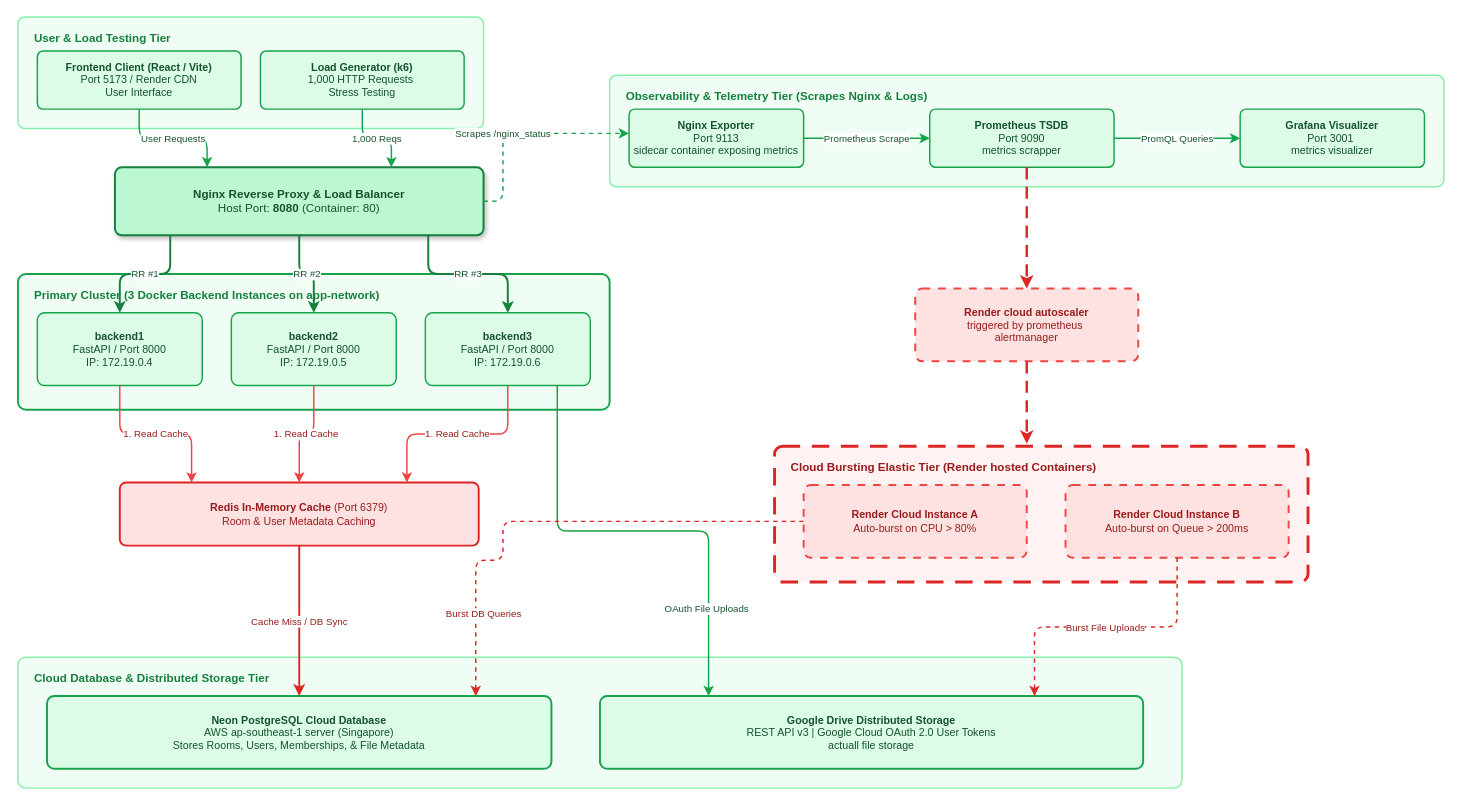
Earlier version of the draw.io diagram docs/architecture.drawio (mukesh-5059/Cloud-Storage-Aggregator). Source tidied: cells renumbered, new cells numbered last; positions are measured from the earlier drawing's top-left corner, leaving out a move shared by most shapes. Both pictures are drawn from the tidied source at 97%, with x=0, y=0 at pixel (17, 16).
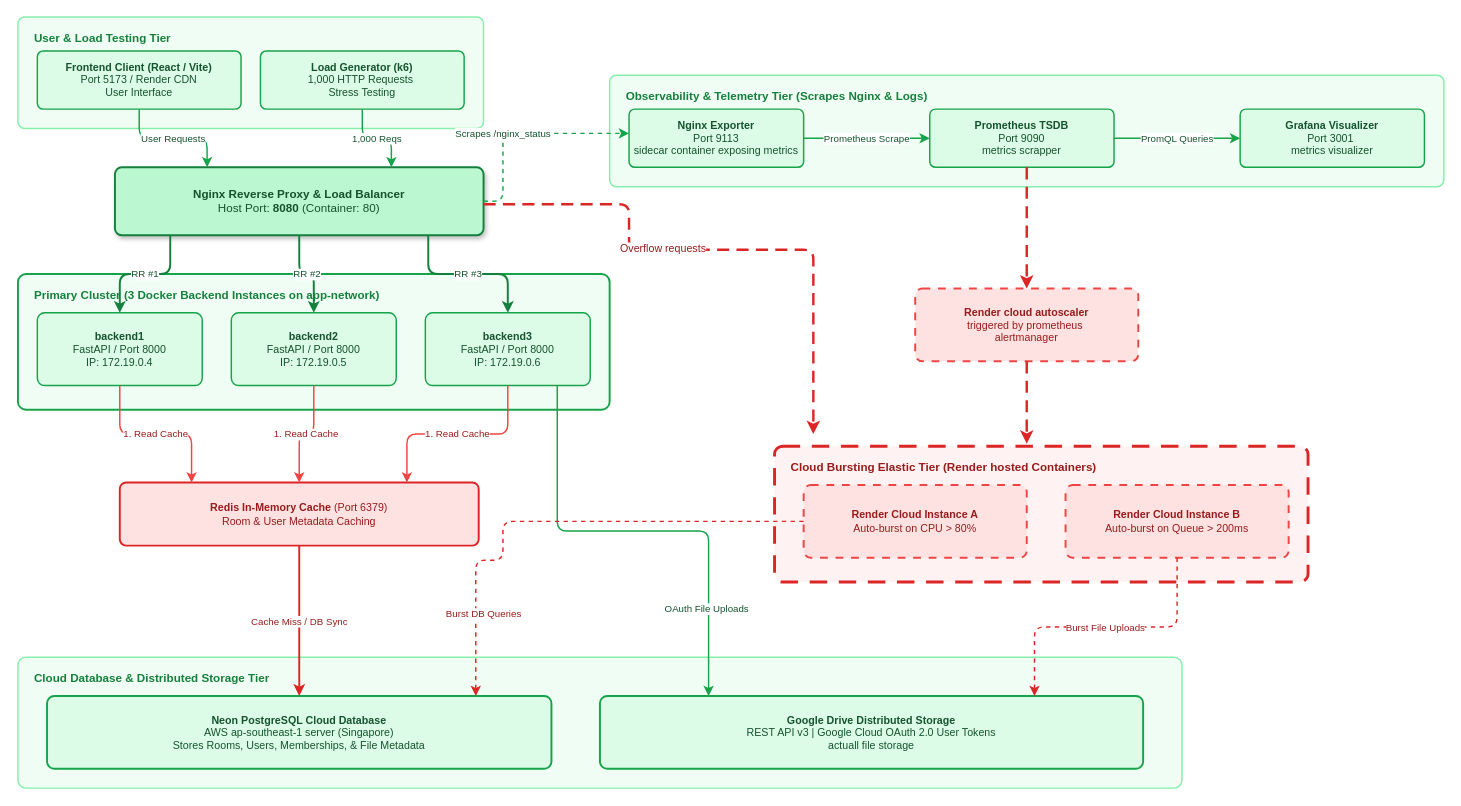
Above is the later version.

Diff of the diagram source:
```diff
@@
+    <mxCell id="39" style="edgeStyle=orthogonalEdgeStyle;rounded=1;orthogonalLoop=1;jettySize=auto;html=1;fontSize=10;strokeColor=#dc2626;strokeWidth=2.5;dashed=1;dashPattern=5 3;fontColor=#991b1b;exitX=1;exitY=0.5;exitDx=0;exitDy=0;fontFamily=Helvetica;" parent="1" edge="1">
+      <mxGeometry x="0.37" relative="1" as="geometry">
+        <mxPoint x="480" y="193" as="sourcePoint" />
+        <mxPoint x="820" y="430" as="targetPoint" />
+        <Array as="points">
+          <mxPoint x="630" y="193" />
+          <mxPoint x="630" y="240" />
+          <mxPoint x="820" y="240" />
+        </Array>
+      </mxGeometry>
+    </mxCell>
+    <mxCell id="40" value="&lt;font style=&quot;font-size: 11px;&quot;&gt;Overflow requests&lt;/font&gt;" style="edgeLabel;html=1;align=center;verticalAlign=middle;inheritText=1;fontSize=10;fontColor=#991b1b;" parent="39" vertex="1">
+      <mxGeometry x="-0.2" y="2" relative="1" as="geometry" />
+    </mxCell>
```
